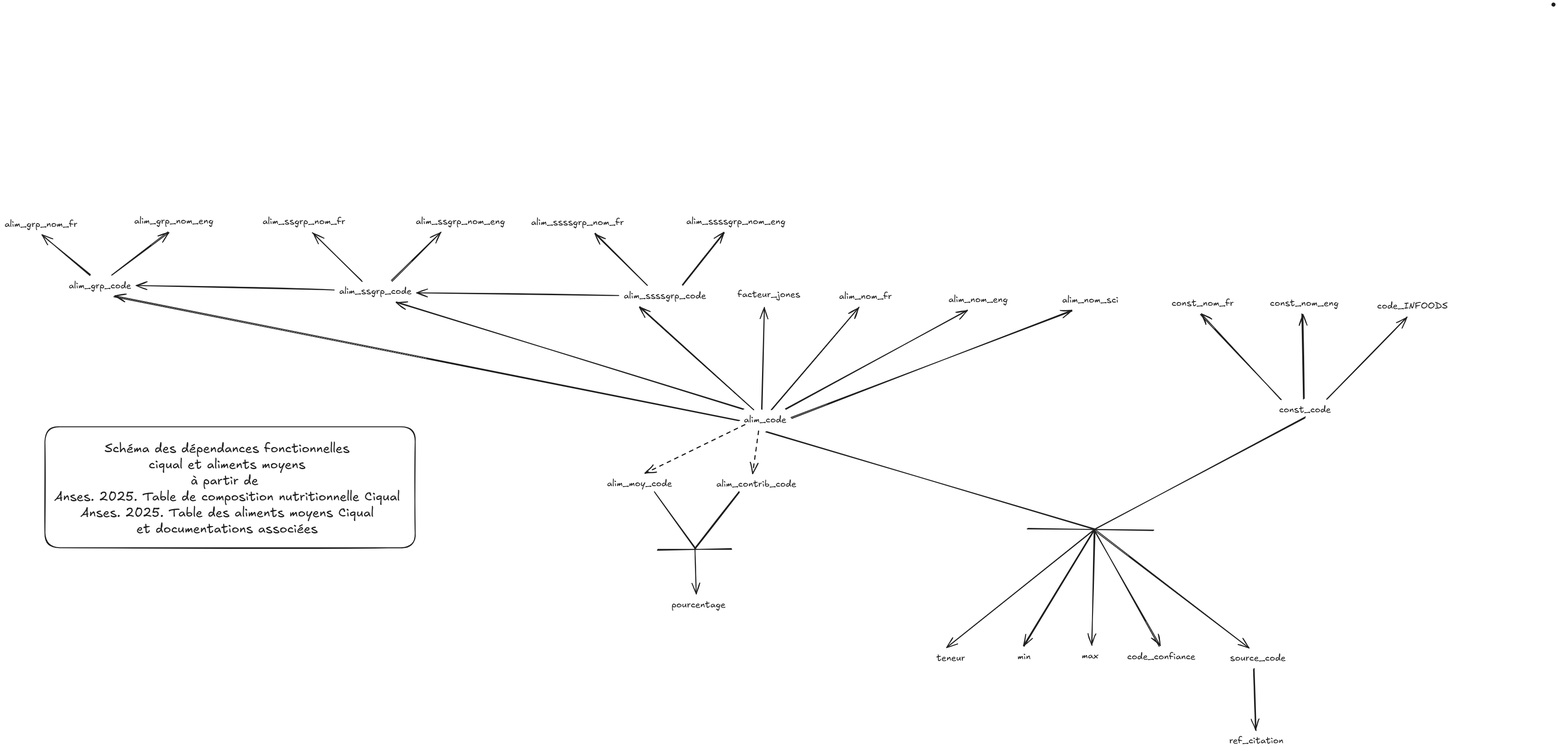
The Excalidraw diagram docs/ressources/Schema_DF_DI_Ciqual_Aliments_moyens_bis.png in ZPitor99/Ciqly, before a commit. Source tidied: one line per element, renumbered; positions are measured from the earlier drawing's top-left corner, leaving out a move shared by most shapes.
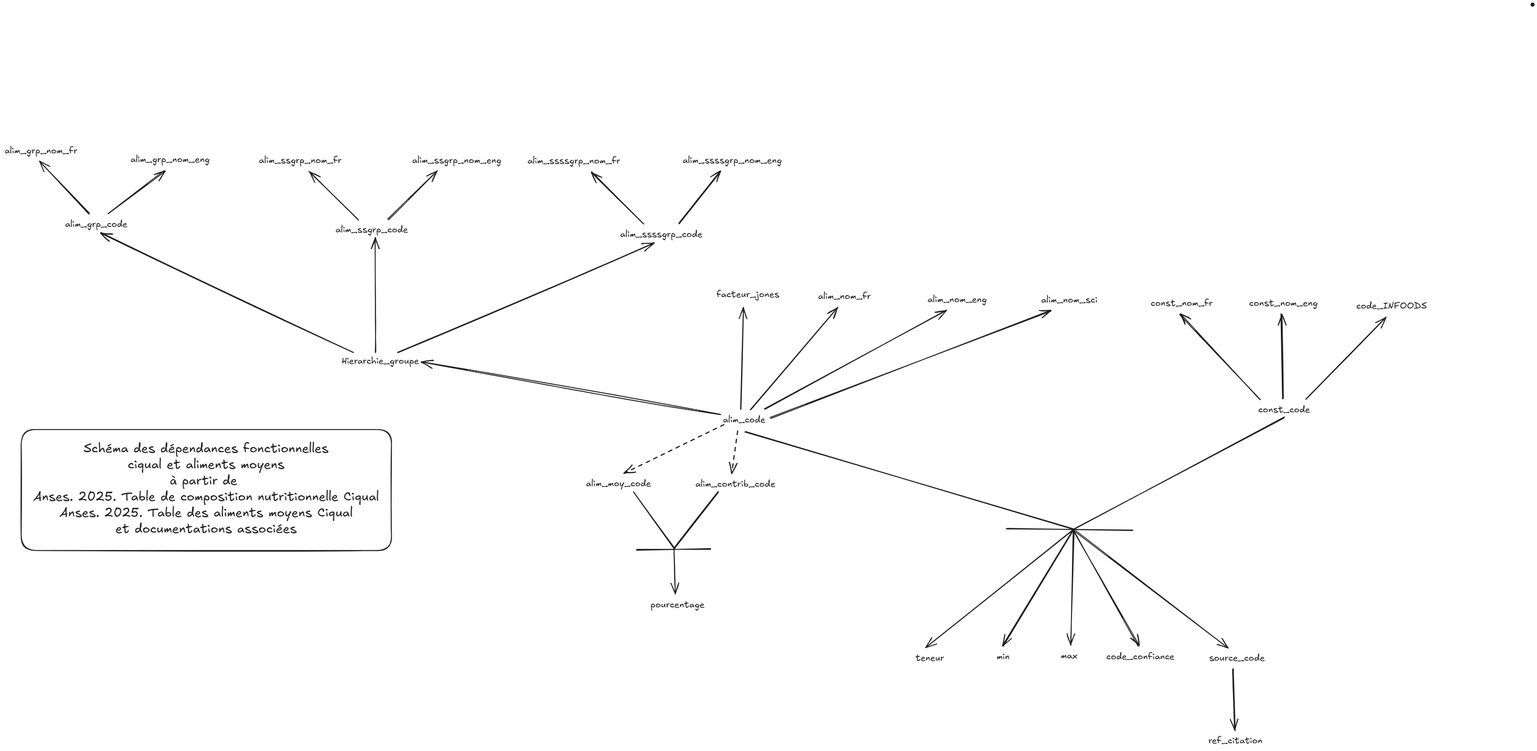
The same file after the commit.

Commit message:
Script python groupe

Change to the diagram source:
```diff
@@ -1,28 +1,25 @@
-{"id": 0, "type": "text", "text": "alim_grp_code", "strokeColor": "#1e1e1e", "strokeWidth": 2, "roughness": 1, "fontSize": 20, "fontFamily": 5, "x": 140, "y": 600, "width": 136, "height": 25}
+{"id": 0, "type": "text", "text": "alim_grp_code", "strokeColor": "#1e1e1e", "strokeWidth": 2, "roughness": 1, "fontSize": 20, "fontFamily": 5, "x": 178, "y": 466, "width": 136, "height": 25}
-{"id": 1, "type": "text", "text": "alim_grp_nom_fr", "strokeColor": "#1e1e1e", "strokeWidth": 2, "roughness": 1, "fontSize": 20, "fontFamily": 5, "x": 0, "y": 466, "width": 158, "height": 25}
+{"id": 1, "type": "text", "text": "alim_grp_nom_fr", "strokeColor": "#1e1e1e", "strokeWidth": 2, "roughness": 1, "fontSize": 20, "fontFamily": 5, "x": 46, "y": 306, "width": 158, "height": 25}
-{"id": 2, "type": "text", "text": "alim_grp_nom_eng", "strokeColor": "#1e1e1e", "strokeWidth": 2, "roughness": 1, "fontSize": 20, "fontFamily": 5, "x": 282, "y": 459, "width": 173, "height": 25}
+{"id": 2, "type": "text", "text": "alim_grp_nom_eng", "strokeColor": "#1e1e1e", "strokeWidth": 2, "roughness": 1, "fontSize": 20, "fontFamily": 5, "x": 320, "y": 326, "width": 173, "height": 25}
-{"id": 3, "type": "text", "text": "alim_ssgrp_code", "strokeColor": "#1e1e1e", "strokeWidth": 2, "roughness": 1, "fontSize": 20, "fontFamily": 5, "x": 729, "y": 612, "width": 158, "height": 25}
+{"id": 3, "type": "text", "text": "alim_ssgrp_code", "strokeColor": "#1e1e1e", "strokeWidth": 2, "roughness": 1, "fontSize": 20, "fontFamily": 5, "x": 767, "y": 479, "width": 158, "height": 25}
-{"id": 4, "type": "text", "text": "alim_ssgrp_nom_eng", "strokeColor": "#1e1e1e", "strokeWidth": 2, "roughness": 1, "fontSize": 20, "fontFamily": 5, "x": 896, "y": 461, "width": 194, "height": 25}
+{"id": 4, "type": "text", "text": "alim_ssgrp_nom_eng", "strokeColor": "#1e1e1e", "strokeWidth": 2, "roughness": 1, "fontSize": 20, "fontFamily": 5, "x": 934, "y": 327, "width": 194, "height": 25}
-{"id": 5, "type": "text", "text": "alim_ssgrp_nom_fr", "strokeColor": "#1e1e1e", "strokeWidth": 2, "roughness": 1, "fontSize": 20, "fontFamily": 5, "x": 562, "y": 461, "width": 180, "height": 25}
+{"id": 5, "type": "text", "text": "alim_ssgrp_nom_fr", "strokeColor": "#1e1e1e", "strokeWidth": 2, "roughness": 1, "fontSize": 20, "fontFamily": 5, "x": 600, "y": 327, "width": 180, "height": 25}
-{"id": 6, "type": "text", "text": "alim_ssssgrp_code", "strokeColor": "#1e1e1e", "strokeWidth": 2, "roughness": 1, "fontSize": 20, "fontFamily": 5, "x": 1349, "y": 623, "width": 179, "height": 25}
+{"id": 6, "type": "text", "text": "alim_ssssgrp_code", "strokeColor": "#1e1e1e", "strokeWidth": 2, "roughness": 1, "fontSize": 20, "fontFamily": 5, "x": 1387, "y": 489, "width": 179, "height": 25}
-{"id": 7, "type": "text", "text": "alim_ssssgrp_nom_fr", "strokeColor": "#1e1e1e", "strokeWidth": 2, "roughness": 1, "fontSize": 20, "fontFamily": 5, "x": 1147, "y": 462, "width": 202, "height": 25}
+{"id": 7, "type": "text", "text": "alim_ssssgrp_nom_fr", "strokeColor": "#1e1e1e", "strokeWidth": 2, "roughness": 1, "fontSize": 20, "fontFamily": 5, "x": 1185, "y": 328, "width": 202, "height": 25}
-{"id": 8, "type": "text", "text": "alim_ssssgrp_nom_eng", "strokeColor": "#1e1e1e", "strokeWidth": 2, "roughness": 1, "fontSize": 20, "fontFamily": 5, "x": 1485, "y": 461, "width": 216, "height": 25}
+{"id": 8, "type": "text", "text": "alim_ssssgrp_nom_eng", "strokeColor": "#1e1e1e", "strokeWidth": 2, "roughness": 1, "fontSize": 20, "fontFamily": 5, "x": 1523, "y": 327, "width": 216, "height": 25}
 {"id": 9, "type": "text", "text": "alim_code", "strokeColor": "#1e1e1e", "strokeWidth": 2, "roughness": 1, "fontSize": 20, "fontFamily": 5, "x": 1611, "y": 893, "width": 92, "height": 25}
 {"id": 10, "type": "text", "text": "alim_nom_fr", "strokeColor": "#1e1e1e", "strokeWidth": 2, "roughness": 1, "fontSize": 20, "fontFamily": 5, "x": 1818, "y": 624, "width": 115, "height": 25}
 {"id": 11, "type": "text", "text": "alim_nom_eng", "strokeColor": "#1e1e1e", "strokeWidth": 2, "roughness": 1, "fontSize": 20, "fontFamily": 5, "x": 2056, "y": 630, "width": 129, "height": 25}
 {"id": 12, "type": "text", "text": "alim_nom_sci", "strokeColor": "#1e1e1e", "strokeWidth": 2, "roughness": 1, "fontSize": 20, "fontFamily": 5, "x": 2304, "y": 631, "width": 123, "height": 25}
-{"id": 13, "type": "arrow", "strokeColor": "#1e1e1e", "strokeWidth": 2, "roughness": 1, "endArrowhead": "arrow", "round": true, "from": 0, "to": 1, "x": 186, "y": 589, "width": 103, "height": 87, "points": [[0, 0], [-103, -87]]}
+{"id": 13, "type": "arrow", "strokeColor": "#1e1e1e", "strokeWidth": 2, "roughness": 1, "endArrowhead": "arrow", "round": true, "from": 0, "to": 1, "x": 230, "y": 455, "width": 106, "height": 113, "points": [[0, 0], [-106, -113]]}
-{"id": 14, "type": "arrow", "strokeColor": "#1e1e1e", "strokeWidth": 2, "roughness": 1, "endArrowhead": "arrow", "round": true, "from": 0, "x": 235, "y": 589, "width": 122, "height": 94, "points": [[0, 0], [122, -94]]}
+{"id": 14, "type": "arrow", "strokeColor": "#1e1e1e", "strokeWidth": 2, "roughness": 1, "endArrowhead": "arrow", "round": true, "from": 0, "x": 272, "y": 455, "width": 122, "height": 94, "points": [[0, 0], [122, -94]]}
-{"id": 15, "type": "arrow", "strokeColor": "#1e1e1e", "strokeWidth": 2, "roughness": 1, "endArrowhead": "arrow", "round": true, "from": 3, "to": 5, "x": 778, "y": 601, "width": 107, "height": 105, "points": [[0, 0], [-107, -105]]}
+{"id": 15, "type": "arrow", "strokeColor": "#1e1e1e", "strokeWidth": 2, "roughness": 1, "endArrowhead": "arrow", "round": true, "from": 3, "to": 5, "x": 816, "y": 468, "width": 107, "height": 105, "points": [[0, 0], [-107, -105]]}
-{"id": 16, "type": "arrow", "strokeColor": "#1e1e1e", "strokeWidth": 2, "roughness": 1, "endArrowhead": "arrow", "round": true, "from": 3, "to": 4, "x": 844, "y": 601, "width": 107, "height": 105, "points": [[0, 0], [107, -105]]}
+{"id": 16, "type": "arrow", "strokeColor": "#1e1e1e", "strokeWidth": 2, "roughness": 1, "endArrowhead": "arrow", "round": true, "from": 3, "to": 4, "x": 881, "y": 468, "width": 107, "height": 105, "points": [[0, 0], [107, -105]]}
-{"id": 17, "type": "arrow", "strokeColor": "#1e1e1e", "strokeWidth": 2, "roughness": 1, "endArrowhead": "arrow", "round": true, "from": 6, "to": 7, "x": 1400, "y": 612, "width": 114, "height": 113, "points": [[0, 0], [-114, -113]]}
+{"id": 17, "type": "arrow", "strokeColor": "#1e1e1e", "strokeWidth": 2, "roughness": 1, "endArrowhead": "arrow", "round": true, "from": 6, "to": 7, "x": 1438, "y": 478, "width": 114, "height": 113, "points": [[0, 0], [-114, -113]]}
-{"id": 18, "type": "arrow", "strokeColor": "#1e1e1e", "strokeWidth": 2, "roughness": 1, "endArrowhead": "arrow", "round": true, "from": 6, "to": 8, "x": 1476, "y": 612, "width": 91, "height": 115, "points": [[0, 0], [91, -115]]}
+{"id": 18, "type": "arrow", "strokeColor": "#1e1e1e", "strokeWidth": 2, "roughness": 1, "endArrowhead": "arrow", "round": true, "from": 6, "to": 8, "x": 1514, "y": 478, "width": 91, "height": 115, "points": [[0, 0], [91, -115]]}
 {"id": 19, "type": "arrow", "strokeColor": "#1e1e1e", "strokeWidth": 2, "roughness": 1, "endArrowhead": "arrow", "round": true, "to": 12, "x": 1714, "y": 900, "width": 610, "height": 233, "points": [[0, 0], [610, -233]]}
 {"id": 20, "type": "arrow", "strokeColor": "#1e1e1e", "strokeWidth": 2, "roughness": 1, "endArrowhead": "arrow", "round": true, "from": 9, "to": 11, "x": 1702, "y": 882, "width": 394, "height": 216, "points": [[0, 0], [394, -216]]}
 {"id": 21, "type": "arrow", "strokeColor": "#1e1e1e", "strokeWidth": 2, "roughness": 1, "endArrowhead": "arrow", "round": true, "from": 9, "to": 10, "x": 1671, "y": 882, "width": 190, "height": 222, "points": [[0, 0], [190, -222]]}
-{"id": 22, "type": "arrow", "strokeColor": "#1e1e1e", "strokeWidth": 2, "roughness": 1, "endArrowhead": "arrow", "round": true, "from": 9, "to": 6, "x": 1631, "y": 882, "width": 248, "height": 223, "points": [[0, 0], [-248, -223]]}
-{"id": 23, "type": "arrow", "strokeColor": "#1e1e1e", "strokeWidth": 2, "roughness": 1, "endArrowhead": "arrow", "round": true, "from": 9, "to": 3, "x": 1609, "y": 882, "width": 756, "height": 233, "points": [[0, 0], [-756, -233]]}
-{"id": 24, "type": "arrow", "strokeColor": "#1e1e1e", "strokeWidth": 2, "roughness": 1, "endArrowhead": "arrow", "round": true, "from": 9, "to": 0, "x": 1600, "y": 906, "width": 1361, "height": 269, "points": [[0, 0], [-1361, -269]]}
 {"id": 25, "type": "text", "text": "const_code", "strokeColor": "#1e1e1e", "strokeWidth": 2, "roughness": 1, "fontSize": 20, "fontFamily": 5, "x": 2777, "y": 871, "width": 113, "height": 25}
 {"id": 26, "type": "text", "text": "const_nom_fr", "strokeColor": "#1e1e1e", "strokeWidth": 2, "roughness": 1, "fontSize": 20, "fontFamily": 5, "x": 2542, "y": 638, "width": 135, "height": 25}
 {"id": 27, "type": "text", "text": "const_nom_eng", "strokeColor": "#1e1e1e", "strokeWidth": 2, "roughness": 1, "fontSize": 20, "fontFamily": 5, "x": 2757, "y": 638, "width": 149, "height": 25}
@@ -46,18 +43,21 @@
 {"id": 45, "type": "arrow", "strokeColor": "#1e1e1e", "strokeWidth": 2, "roughness": 1, "endArrowhead": "arrow", "round": true, "to": 32, "x": 2373, "y": 1143, "width": 337, "height": 258, "points": [[0, 0], [337, 258]]}
 {"id": 46, "type": "arrow", "strokeColor": "#1e1e1e", "strokeWidth": 2, "roughness": 1, "endArrowhead": "arrow", "round": true, "to": 38, "x": 2373, "y": 1143, "width": 320, "height": 257, "points": [[0, 0], [-320, 257]]}
 {"id": 47, "type": "text", "text": "Schéma des dépendances fonctionnelles\nciqual et aliments moyens\nà partir de \nAnses. 2025. Table de composition nutritionnelle Ciqual\nAnses. 2025. Table des aliments moyens Ciqual\net documentations associées", "strokeColor": "#1e1e1e", "strokeWidth": 2, "roughness": 1, "fontSize": 28, "fontFamily": 5, "textAlign": "center", "x": 108, "y": 950, "width": 753, "height": 210}
-{"id": 48, "type": "rectangle", "strokeColor": "#1e1e1e", "strokeWidth": 2, "roughness": 1, "round": true, "x": 88, "y": 920, "width": 807, "height": 263}
+{"id": 48, "type": "rectangle", "strokeColor": "#1e1e1e", "strokeWidth": 2, "roughness": 1, "round": true, "x": 82, "y": 926, "width": 807, "height": 263}
 {"id": 49, "type": "freedraw", "strokeColor": "#1e1e1e", "strokeWidth": 2, "roughness": 1, "x": 3374, "y": 0, "width": 0, "height": 0, "points": [[0, 0], [0, 0]]}
 {"id": 50, "type": "arrow", "strokeColor": "#1e1e1e", "strokeWidth": 2, "roughness": 1, "endArrowhead": "arrow", "round": true, "from": 9, "x": 1649, "y": 882, "width": 5, "height": 222, "points": [[0, 0], [5, -222]]}
 {"id": 51, "type": "text", "text": "facteur_jones", "strokeColor": "#1e1e1e", "strokeWidth": 2, "roughness": 1, "fontSize": 20, "fontFamily": 5, "x": 1597, "y": 620, "width": 137, "height": 25}
 {"id": 52, "type": "arrow", "strokeColor": "#1e1e1e", "strokeWidth": 2, "strokeStyle": "dashed", "roughness": 1, "endArrowhead": "arrow", "round": true, "from": 9, "to": 54, "x": 1613, "y": 914, "width": 219, "height": 106, "points": [[0, 0], [-219, 106]]}
-{"id": 53, "type": "arrow", "strokeColor": "#1e1e1e", "strokeWidth": 2, "strokeStyle": "dashed", "roughness": 1, "endArrowhead": "arrow", "round": true, "from": 9, "to": 55, "x": 1641, "y": 929, "width": 11, "height": 93, "points": [[0, 0], [-11, 93]]}
+{"id": 53, "type": "arrow", "strokeColor": "#1e1e1e", "strokeWidth": 2, "strokeStyle": "dashed", "roughness": 1, "endArrowhead": "arrow", "round": true, "from": 9, "to": 55, "x": 1641, "y": 929, "width": 10, "height": 93, "points": [[0, 0], [-10, 93]]}
 {"id": 54, "type": "text", "text": "alim_moy_code", "strokeColor": "#1e1e1e", "strokeWidth": 2, "roughness": 1, "fontSize": 20, "fontFamily": 5, "x": 1312, "y": 1032, "width": 142, "height": 25}
 {"id": 55, "type": "text", "text": "alim_contrib_code", "strokeColor": "#1e1e1e", "strokeWidth": 2, "roughness": 1, "fontSize": 20, "fontFamily": 5, "x": 1551, "y": 1032, "width": 174, "height": 25}
 {"id": 56, "type": "line", "strokeColor": "#1e1e1e", "strokeWidth": 2, "roughness": 1, "round": true, "x": 1422, "y": 1188, "width": 161, "height": 2, "points": [[0, 0], [161, -2]]}
 {"id": 57, "type": "line", "strokeColor": "#1e1e1e", "strokeWidth": 2, "roughness": 1, "round": true, "x": 1505, "y": 1184, "width": 88, "height": 122, "points": [[0, 0], [-88, -122]]}
 {"id": 58, "type": "line", "strokeColor": "#1e1e1e", "strokeWidth": 2, "roughness": 1, "round": true, "x": 1504, "y": 1185, "width": 95, "height": 123, "points": [[0, 0], [95, -123]]}
 {"id": 59, "type": "arrow", "strokeColor": "#1e1e1e", "strokeWidth": 2, "roughness": 1, "endArrowhead": "arrow", "to": 62, "x": 1504, "y": 1185, "width": 3, "height": 98, "points": [[0, 0], [3, 98]]}
-{"id": 60, "type": "arrow", "strokeColor": "#1e1e1e", "strokeWidth": 2, "roughness": 1, "endArrowhead": "arrow", "from": 6, "x": 1338, "y": 634, "width": 440, "height": 6, "points": [[0, 0], [-440, -6]]}
-{"id": 61, "type": "arrow", "strokeColor": "#1e1e1e", "strokeWidth": 2, "roughness": 1, "endArrowhead": "arrow", "from": 3, "to": 0, "x": 718, "y": 622, "width": 431, "height": 10, "points": [[0, 0], [-431, -10]]}
 {"id": 62, "type": "text", "text": "pourcentage", "strokeColor": "#1e1e1e", "strokeWidth": 2, "roughness": 1, "fontSize": 20, "fontFamily": 5, "x": 1453, "y": 1295, "width": 118, "height": 25}
+{"id": 63, "type": "text", "text": "Hierarchie_groupe", "strokeColor": "#1e1e1e", "strokeWidth": 2, "roughness": 1, "fontSize": 20, "fontFamily": 5, "x": 780, "y": 764, "width": 168, "height": 25}
+{"id": 64, "type": "arrow", "strokeColor": "#1e1e1e", "strokeWidth": 2, "roughness": 2, "endArrowhead": "arrow", "from": 9, "to": 63, "x": 1605, "y": 892, "width": 650, "height": 114, "points": [[0, 0], [-650, -114]]}
+{"id": 65, "type": "arrow", "strokeColor": "#1e1e1e", "strokeWidth": 2, "roughness": 2, "endArrowhead": "arrow", "from": 63, "to": 6, "x": 903, "y": 758, "width": 557, "height": 238, "points": [[0, 0], [557, -238]]}
+{"id": 66, "type": "arrow", "strokeColor": "#1e1e1e", "strokeWidth": 2, "roughness": 2, "endArrowhead": "arrow", "from": 63, "to": 3, "x": 854, "y": 758, "width": 1, "height": 248, "points": [[0, 0], [-1, -248]]}
+{"id": 67, "type": "arrow", "strokeColor": "#1e1e1e", "strokeWidth": 2, "roughness": 2, "endArrowhead": "arrow", "from": 63, "to": 0, "x": 804, "y": 758, "width": 550, "height": 261, "points": [[0, 0], [-550, -261]]}
```
